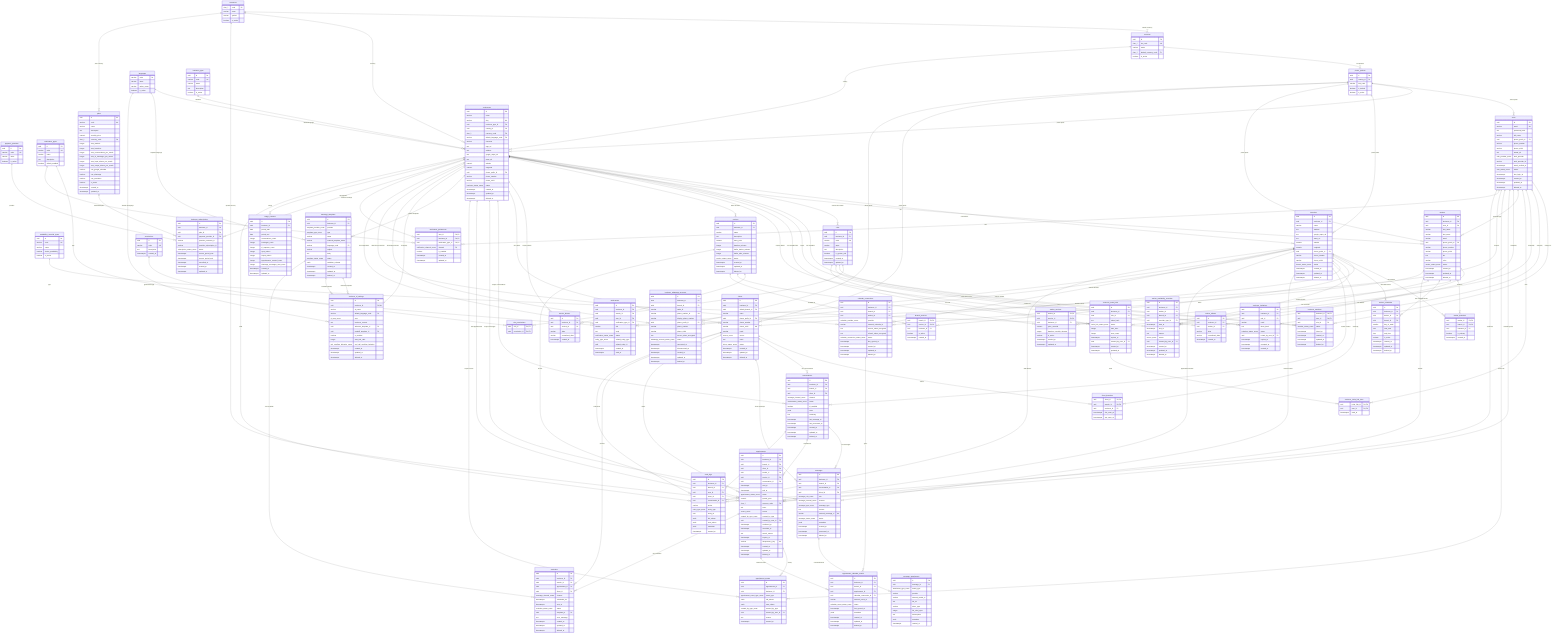
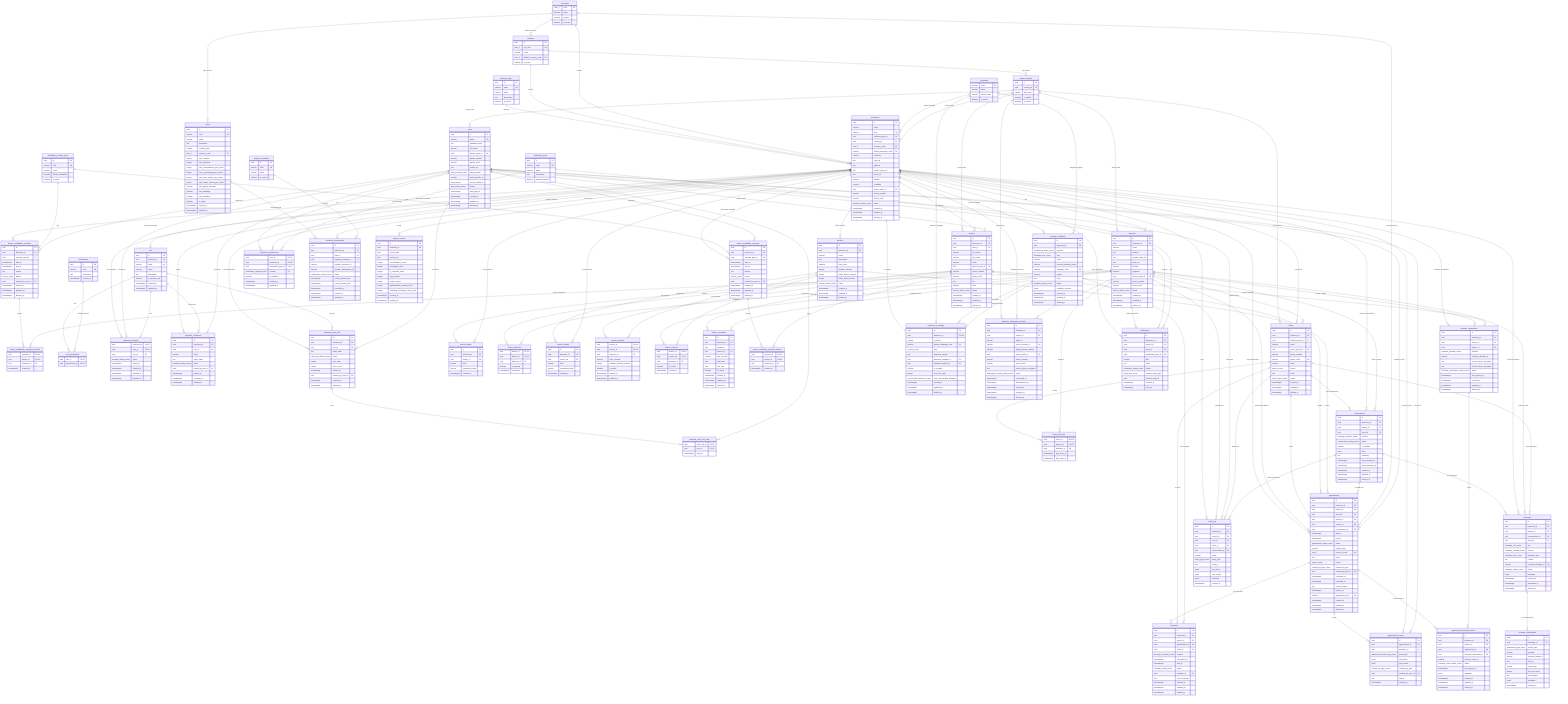
erDiagram
    %% =====================================================
    %% KLYRO DATABASE DER
    %% React + NestJS + PostgreSQL
    %% =====================================================
    %% Main design rule:
    %% AI interprets, backend validates, database protects.
    %% =====================================================

    currencies {
        char_3 code PK
        varchar name
        varchar symbol
        boolean is_active
    }

    countries {
        uuid id PK
        char_2 iso_code UK
        varchar name
        char_3 default_currency_code FK
        boolean is_active
    }

    phone_prefixes {
        uuid id PK
        uuid country_id FK
        varchar dial_code
        boolean is_default
        boolean is_active
    }

    languages {
        varchar code PK
        varchar name
        varchar native_name
        boolean is_active
    }

    business_types {
        uuid id PK
        varchar code UK
        varchar name
        text description
        boolean is_active
    }

    payment_providers {
        uuid id PK
        varchar code UK
        varchar name
        boolean is_active
    }

    availability_override_types {
        uuid id PK
        varchar code UK
        varchar name
        boolean blocks_availability
        boolean is_active
    }

    notification_types {
        uuid id PK
        varchar code UK
        varchar name
        text description
        boolean default_enabled
    }

    users {
        uuid id PK
        varchar email UK
        text password_hash
        varchar full_name
        uuid phone_prefix_id FK
        varchar phone_number
        varchar phone_e164
        text avatar_url
        auth_provider_enum auth_provider
        varchar auth_provider_id
        timestamptz email_verified_at
        user_status_enum status
        timestamptz last_login_at
        timestamptz created_at
        timestamptz updated_at
        timestamptz deleted_at
    }

    businesses {
        uuid id PK
        varchar name
        varchar slug UK
        uuid business_type_id FK
        uuid country_id FK
        char_3 currency_code FK
        varchar default_language_code FK
        varchar timezone
        text logo_url
        text address
        text google_maps_url
        text waze_url
        numeric latitude
        numeric longitude
        uuid phone_prefix_id FK
        varchar phone_number
        varchar phone_e164
        business_status_enum status
        timestamptz created_at
        timestamptz updated_at
        timestamptz deleted_at
    }

    branches {
        uuid id PK
        uuid business_id FK
        varchar name
        text address
        text google_maps_url
        text waze_url
        numeric latitude
        numeric longitude
        uuid phone_prefix_id FK
        varchar phone_number
        varchar phone_e164
        branch_status_enum status
        timestamptz created_at
        timestamptz updated_at
        timestamptz deleted_at
    }

+     branch_availability_overrides {
+         uuid id PK
+         uuid business_id FK
+         uuid override_type_id FK
+         timestamptz start_at
+         timestamptz end_at
+         text reason
+         source_enum source
+         uuid created_by_user_id FK
+         timestamptz created_at
+         timestamptz updated_at
+         timestamptz deleted_at
+     }
+ 
+     branch_availability_override_branches {
+         uuid override_id PK,FK
+         uuid branch_id PK,FK
+         uuid business_id FK
+         timestamptz created_at
+     }
+ 
    roles {
        uuid id PK
        uuid business_id FK
        varchar code UK
        varchar name
        text description
        boolean is_system_role
        timestamptz created_at
        timestamptz updated_at
    }

    permissions {
        uuid id PK
        varchar code UK
        text description
        timestamptz created_at
    }

    role_permissions {
        uuid role_id PK,FK
        uuid permission_id PK,FK
    }

    business_members {
        uuid business_id PK,FK
        uuid user_id PK,FK
        uuid role_id FK
        member_status_enum status
        timestamptz joined_at
        timestamptz created_at
        timestamptz updated_at
        timestamptz deleted_at
    }

    business_invitations {
        uuid id PK
        uuid business_id FK
        uuid role_id FK
        varchar email
        text token_hash
        invitation_status_enum status
        uuid invited_by_user_id FK
        timestamptz expires_at
        timestamptz accepted_at
        timestamptz created_at
    }

    business_invite_links {
        uuid id PK
        uuid business_id FK
        uuid role_id FK
        text token_hash
        invite_link_status_enum status
        integer max_uses
        integer uses_count
        timestamptz expires_at
        uuid created_by_user_id FK
        timestamptz created_at
        timestamptz updated_at
    }

    business_invite_link_uses {
        uuid invite_link_id PK,FK
        uuid user_id PK,FK
        timestamptz used_at
    }

    workers {
        uuid id PK
        uuid business_id FK
        uuid user_id FK
        varchar first_name
        varchar last_name
        varchar email
        uuid phone_prefix_id FK
        varchar phone_number
        varchar phone_e164
        text bio
        varchar color
        worker_status_enum status
        timestamptz created_at
        timestamptz updated_at
        timestamptz deleted_at
    }

    worker_aliases {
        uuid id PK
        uuid business_id FK
        uuid worker_id FK
        varchar alias
        varchar normalized_alias
        timestamptz created_at
    }

    worker_branches {
        uuid worker_id PK,FK
        uuid branch_id PK,FK
        uuid business_id FK
        boolean is_primary
        timestamptz created_at
    }

    services {
        uuid id PK
        uuid business_id FK
        varchar name
        text description
        numeric base_price
        integer duration_minutes
        integer buffer_before_minutes
        integer buffer_after_minutes
        service_status_enum status
        timestamptz created_at
        timestamptz updated_at
        timestamptz deleted_at
    }

    service_aliases {
        uuid id PK
        uuid business_id FK
        uuid service_id FK
        varchar alias
        varchar normalized_alias
        timestamptz created_at
    }

    worker_services {
        uuid worker_id PK,FK
        uuid service_id PK,FK
        uuid business_id FK
        numeric price_override
        integer duration_override_minutes
        boolean is_active
        timestamptz created_at
        timestamptz updated_at
    }

    branch_services {
        uuid branch_id PK,FK
        uuid service_id PK,FK
        uuid business_id FK
        boolean is_active
        timestamptz created_at
    }

    worker_schedules {
        uuid id PK
        uuid business_id FK
        uuid worker_id FK
        uuid branch_id FK
        smallint day_of_week
        time start_time
        time end_time
        boolean is_active
        timestamptz created_at
        timestamptz updated_at
        timestamptz deleted_at
    }

    worker_availability_overrides {
        uuid id PK
        uuid business_id FK
-         uuid worker_id FK
-         uuid branch_id FK
        uuid override_type_id FK
        timestamptz start_at
        timestamptz end_at
        text reason
        source_enum source
        uuid created_by_user_id FK
        timestamptz created_at
        timestamptz updated_at
        timestamptz deleted_at
+     }
+ 
+     worker_availability_override_workers {
+         uuid override_id PK,FK
+         uuid worker_id PK,FK
+         uuid business_id FK
+         timestamptz created_at
    }

    clients {
        uuid id PK
        uuid business_id FK
        uuid default_branch_id FK
        varchar name
        uuid phone_prefix_id FK
        varchar phone_number
        varchar phone_e164 UK
        varchar email
        source_enum source
        text notes
        client_status_enum status
        timestamptz created_at
        timestamptz updated_at
        timestamptz deleted_at
    }

    client_branches {
        uuid client_id PK,FK
        uuid branch_id PK,FK
        uuid business_id FK
        timestamptz first_seen_at
        timestamptz last_seen_at
    }

    conversations {
        uuid id PK
        uuid business_id FK
        uuid branch_id FK
        uuid client_id FK
        message_channel_enum channel
        conversation_status_enum status
        boolean ai_enabled
        jsonb state
        text summary
        timestamptz last_message_at
        timestamptz last_processed_at
        timestamptz created_at
        timestamptz updated_at
        timestamptz deleted_at
    }

    messages {
        uuid id PK
        uuid business_id FK
        uuid branch_id FK
        uuid conversation_id FK
        uuid client_id FK
        message_role_enum role
        message_channel_enum channel
        message_type_enum message_type
        text content
        varchar external_message_id UK
        message_status_enum status
        jsonb metadata
        timestamptz created_at
        timestamptz processed_at
        timestamptz deleted_at
    }

    message_attachments {
        uuid id PK
        uuid message_id FK
        attachment_type_enum media_type
        varchar provider
        varchar external_media_id
        text file_url
        varchar mime_type
        integer file_size_bytes
        text transcription
        jsonb metadata
        timestamptz created_at
    }

    appointments {
        uuid id PK
        uuid business_id FK
        uuid branch_id FK
        uuid client_id FK
        uuid worker_id FK
        uuid service_id FK
        uuid conversation_id FK
        timestamptz start_at
        timestamptz end_at
        appointment_status_enum status
        numeric quoted_price
        char_3 currency_code FK
        text notes
        source_enum source
        created_by_type_enum created_by_type
        uuid created_by_user_id FK
        timestamptz confirmed_at
        timestamptz cancelled_at
        text cancel_reason
        timestamptz expires_at
        varchar idempotency_key UK
        timestamptz created_at
        timestamptz updated_at
        timestamptz deleted_at
    }

    appointment_events {
        uuid id PK
        uuid appointment_id FK
        uuid business_id FK
        appointment_event_type_enum event_type
        jsonb old_values
        jsonb new_values
        created_by_type_enum created_by_type
        uuid created_by_user_id FK
        text reason
        timestamptz created_at
    }

    message_templates {
        uuid id PK
        uuid business_id FK
        template_provider_enum provider
        template_type_enum type
        varchar name
        varchar external_template_name
        varchar language_code FK
        varchar subject
        text body
        template_status_enum status
        jsonb variables_schema
        timestamptz created_at
        timestamptz updated_at
        timestamptz deleted_at
    }

    business_ai_settings {
        uuid id PK
        uuid business_id FK,UK
        varchar ai_name
        varchar default_language_code FK
        ai_tone_enum tone
        text business_context
        uuid welcome_template_id FK
        uuid handoff_template_id FK
        boolean is_enabled
        integer max_tool_calls
        tool_overflow_behavior_enum tool_call_overflow_behavior
        timestamptz created_at
        timestamptz updated_at
        timestamptz deleted_at
    }

    business_whatsapp_accounts {
        uuid id PK
        uuid business_id FK
        uuid branch_id FK
        varchar waba_id
        varchar phone_number_id UK
        varchar display_phone_number
        uuid phone_prefix_id FK
        varchar phone_number
        varchar phone_e164
        text access_token_encrypted
        whatsapp_account_status_enum status
        timestamptz connected_at
        timestamptz disconnected_at
        timestamptz created_at
        timestamptz updated_at
        timestamptz deleted_at
    }

    calendar_connections {
        uuid id PK
        uuid business_id FK
        uuid branch_id FK
        uuid worker_id FK
        calendar_provider_enum provider
        varchar external_calendar_id
        text access_token_encrypted
        text refresh_token_encrypted
        calendar_connection_status_enum status
        timestamptz last_synced_at
        timestamptz created_at
        timestamptz updated_at
        timestamptz deleted_at
    }

    appointment_calendar_events {
        uuid id PK
        uuid business_id FK
        uuid branch_id FK
        uuid appointment_id FK
        uuid calendar_connection_id FK
        varchar external_event_id
        calendar_event_status_enum status
        timestamptz last_synced_at
        jsonb metadata
        timestamptz created_at
        timestamptz updated_at
        timestamptz deleted_at
    }

    reminders {
        uuid id PK
        uuid business_id FK
        uuid branch_id FK
        uuid appointment_id FK
        uuid client_id FK
        message_channel_enum channel
        timestamptz scheduled_for
        timestamptz sent_at
        reminder_status_enum status
        uuid template_id FK
        text error_message
        timestamptz created_at
        timestamptz updated_at
        timestamptz deleted_at
    }

    notifications {
        uuid id PK
        uuid business_id FK
        uuid branch_id FK
        uuid user_id FK
        uuid notification_type_id FK
        varchar title
        text body
        notification_status_enum status
        entity_type_enum related_entity_type
        uuid related_entity_id
        timestamptz created_at
        timestamptz read_at
    }

    notification_preferences {
        uuid user_id PK,FK
        uuid business_id PK,FK
        uuid notification_type_id PK,FK
        notification_channel_enum channel PK
        boolean is_enabled
        timestamptz created_at
        timestamptz updated_at
    }

    plans {
        uuid id PK
        varchar code UK
        varchar name
        text description
        numeric monthly_price
        char_3 currency_code FK
        integer max_workers
        integer max_branches
        integer max_conversations_per_month
        integer max_ai_messages_per_month
        integer max_input_tokens_per_month
        integer max_output_tokens_per_month
        boolean has_google_calendar
        boolean has_whatsapp
        boolean has_reminders
        boolean is_active
        timestamptz created_at
        timestamptz updated_at
    }

    business_subscriptions {
        uuid id PK
        uuid business_id FK
        uuid plan_id FK
        uuid payment_provider_id FK
        varchar provider_customer_id
        varchar provider_subscription_id
        subscription_status_enum status
        timestamptz current_period_start
        timestamptz current_period_end
        timestamptz cancelled_at
        timestamptz created_at
        timestamptz updated_at
    }

    usage_counters {
        uuid id PK
        uuid business_id FK
        date period_start
        date period_end
        integer conversations_count
        integer messages_count
        integer ai_requests_count
        integer input_tokens
        integer output_tokens
        integer appointments_created_count
        integer whatsapp_messages_sent_count
        timestamptz created_at
        timestamptz updated_at
    }

    audit_logs {
        uuid id PK
        uuid business_id FK
        uuid branch_id FK
        uuid user_id FK
        uuid client_id FK
        uuid conversation_id FK
        varchar action
        entity_type_enum entity_type
        uuid entity_id
        jsonb old_values
        jsonb new_values
        jsonb metadata
        timestamptz created_at
    }

    %% =====================================================
    %% TYPE/CATALOG RELATIONSHIPS
    %% =====================================================

    currencies ||--o{ countries : "default currency"
    countries ||--o{ phone_prefixes : "has prefixes"
    business_types ||--o{ businesses : "classifies"
    countries ||--o{ businesses : "country"
    currencies ||--o{ businesses : "currency"
    languages ||--o{ businesses : "default language"
    phone_prefixes ||--o{ users : "phone prefix"
    phone_prefixes ||--o{ businesses : "phone prefix"
    phone_prefixes ||--o{ branches : "phone prefix"
    phone_prefixes ||--o{ workers : "phone prefix"
    phone_prefixes ||--o{ clients : "phone prefix"
    phone_prefixes ||--o{ business_whatsapp_accounts : "phone prefix"

    %% =====================================================
    %% BUSINESS / BRANCH / SECURITY
    %% =====================================================

    businesses ||--o{ branches : "has"
+     businesses ||--o{ branch_availability_overrides : "has branch overrides"
+     branch_availability_overrides ||--o{ branch_availability_override_branches : "targets"
+     branches ||--o{ branch_availability_override_branches : "receives overrides"
+     availability_override_types ||--o{ branch_availability_overrides : "type"
+     users ||--o{ branch_availability_overrides : "created by"
    businesses ||--o{ roles : "custom roles future"
    roles ||--o{ role_permissions : "has"
    permissions ||--o{ role_permissions : "granted through"
    businesses ||--o{ business_members : "has members"
    users ||--o{ business_members : "belongs to"
    roles ||--o{ business_members : "role"
    businesses ||--o{ business_invitations : "invites"
    roles ||--o{ business_invitations : "invited role"
    users ||--o{ business_invitations : "invited by"
    businesses ||--o{ business_invite_links : "has reusable links"
    roles ||--o{ business_invite_links : "link role"
    users ||--o{ business_invite_links : "created by"
    business_invite_links ||--o{ business_invite_link_uses : "used"
    users ||--o{ business_invite_link_uses : "uses"

    %% =====================================================
    %% WORKERS / SERVICES / AVAILABILITY
    %% =====================================================

    businesses ||--o{ workers : "has workers"
    users ||--o{ workers : "optional login"
    workers ||--o{ worker_aliases : "has aliases"
    businesses ||--o{ worker_aliases : "scopes aliases"
    workers ||--o{ worker_branches : "works at"
    branches ||--o{ worker_branches : "has workers"
    businesses ||--o{ services : "offers services"
    services ||--o{ service_aliases : "has aliases"
    businesses ||--o{ service_aliases : "scopes aliases"
    workers ||--o{ worker_services : "can perform"
    services ||--o{ worker_services : "performed by"
    branches ||--o{ branch_services : "offers"
    services ||--o{ branch_services : "available at"
    workers ||--o{ worker_schedules : "has schedule blocks"
    branches ||--o{ worker_schedules : "schedule branch"
-     workers ||--o{ worker_availability_overrides : "has overrides"
-     branches ||--o{ worker_availability_overrides : "override branch"
+     businesses ||--o{ worker_availability_overrides : "has worker overrides"
+     worker_availability_overrides ||--o{ worker_availability_override_workers : "targets"
+     workers ||--o{ worker_availability_override_workers : "receives overrides"
    availability_override_types ||--o{ worker_availability_overrides : "type"
    users ||--o{ worker_availability_overrides : "created by"

    %% =====================================================
    %% CLIENTS / CONVERSATIONS / MESSAGES
    %% =====================================================

    businesses ||--o{ clients : "has clients"
    branches ||--o{ clients : "default branch"
    clients ||--o{ client_branches : "visited"
    branches ||--o{ client_branches : "visited by"
    clients ||--o{ conversations : "has conversations"
    businesses ||--o{ conversations : "scopes conversations"
    branches ||--o{ conversations : "branch context"
    conversations ||--o{ messages : "has messages"
    businesses ||--o{ messages : "scopes messages"
    branches ||--o{ messages : "branch context"
    clients ||--o{ messages : "client messages"
    messages ||--o{ message_attachments : "has attachments"

    %% =====================================================
    %% APPOINTMENTS / EVENTS / TEMPLATES / AI
    %% =====================================================

    businesses ||--o{ appointments : "has appointments"
    branches ||--o{ appointments : "appointment branch"
    clients ||--o{ appointments : "books"
    workers ||--o{ appointments : "attends"
    services ||--o{ appointments : "service"
    conversations ||--o{ appointments : "created from"
    currencies ||--o{ appointments : "quoted currency"
    users ||--o{ appointments : "created by user"
    appointments ||--o{ appointment_events : "history"
    businesses ||--o{ appointment_events : "scopes events"
    users ||--o{ appointment_events : "event user"
    businesses ||--o{ message_templates : "custom templates"
    languages ||--o{ message_templates : "template language"
    businesses ||--|| business_ai_settings : "ai settings"
    languages ||--o{ business_ai_settings : "default ai language"
    message_templates ||--o{ business_ai_settings : "welcome template"
    message_templates ||--o{ business_ai_settings : "handoff template"

    %% =====================================================
    %% INTEGRATIONS / REMINDERS / NOTIFICATIONS / BILLING
    %% =====================================================

    businesses ||--o{ business_whatsapp_accounts : "whatsapp accounts"
    branches ||--o{ business_whatsapp_accounts : "branch number"
    businesses ||--o{ calendar_connections : "calendar connections"
    branches ||--o{ calendar_connections : "branch calendar"
    workers ||--o{ calendar_connections : "worker calendar"
    appointments ||--o{ appointment_calendar_events : "external events"
    calendar_connections ||--o{ appointment_calendar_events : "syncs"
    appointments ||--o{ reminders : "has reminders"
    clients ||--o{ reminders : "receives"
    message_templates ||--o{ reminders : "uses template"
    businesses ||--o{ notifications : "has notifications"
    branches ||--o{ notifications : "notification branch"
    users ||--o{ notifications : "receives"
    notification_types ||--o{ notifications : "type"
    users ||--o{ notification_preferences : "sets"
    businesses ||--o{ notification_preferences : "business settings"
    notification_types ||--o{ notification_preferences : "type settings"
    currencies ||--o{ plans : "plan currency"
    plans ||--o{ business_subscriptions : "subscribed plan"
    businesses ||--o{ business_subscriptions : "subscription"
    payment_providers ||--o{ business_subscriptions : "provider"
    businesses ||--o{ usage_counters : "usage"
    businesses ||--o{ audit_logs : "audit"
    branches ||--o{ audit_logs : "audit branch"
    users ||--o{ audit_logs : "audit user"
    clients ||--o{ audit_logs : "audit client"
    conversations ||--o{ audit_logs : "audit conversation"
